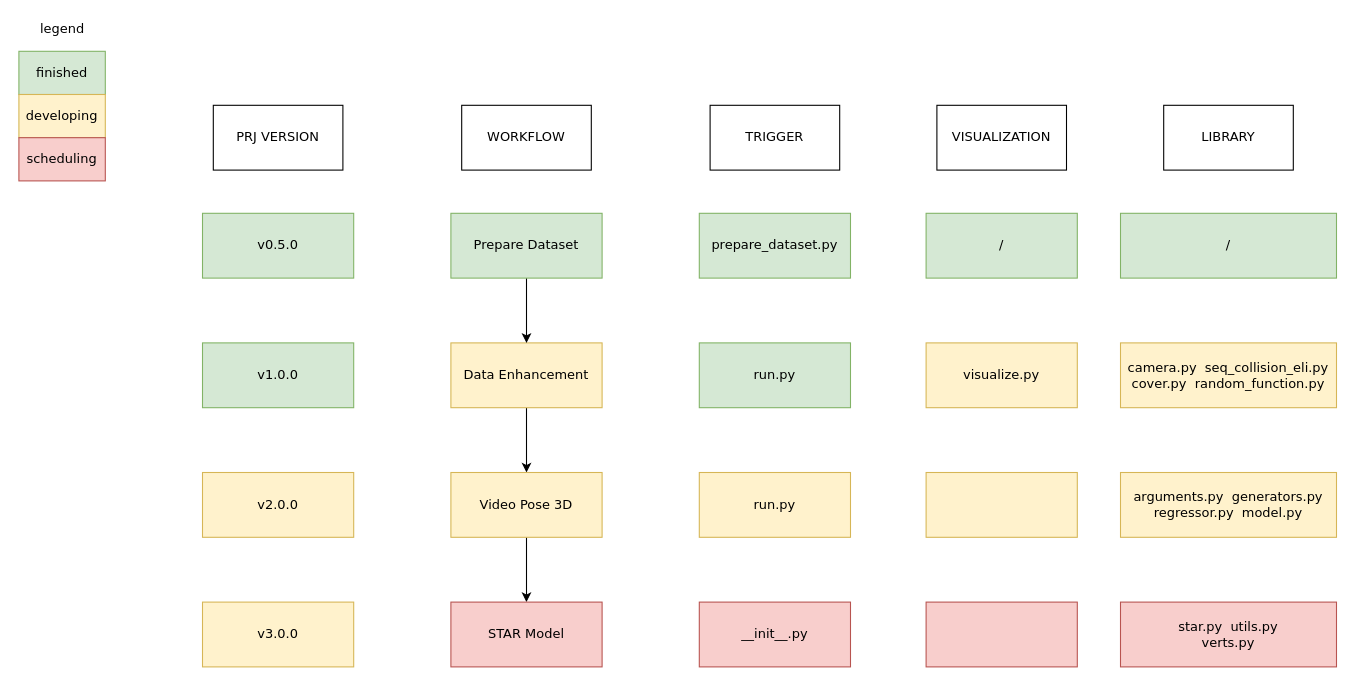
Before: Graphs/OverallLayout.drawio in rese1f/Self-supervised-Cross-view-3D-Human-Pose-Estimation-and-Localization-in-Video, a draw.io diagram. Source tidied: cells renumbered, new cells numbered last; positions are measured from the earlier drawing's top-left corner, leaving out a move shared by most shapes. Both pictures are drawn from the tidied source at 108%, with x=0, y=0 at pixel (18, 18).
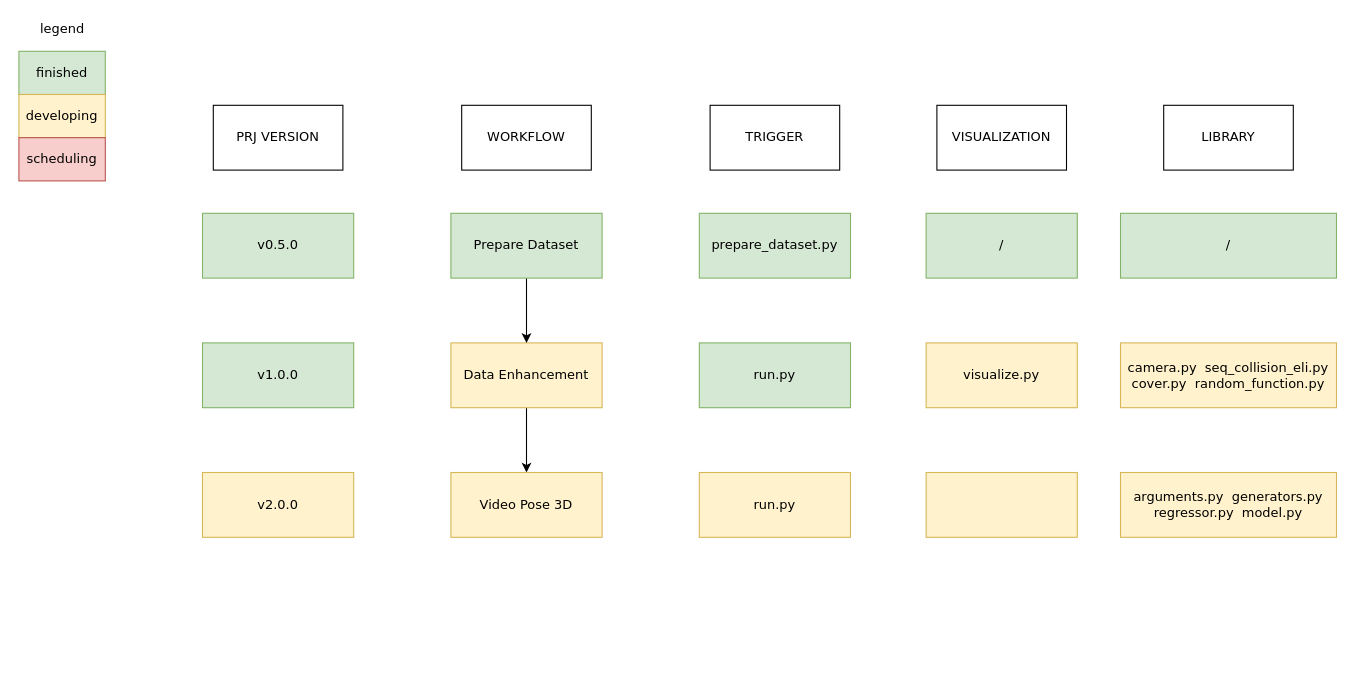
The same diagram, later.

The change refers to these unchanged cells:
```xml
<mxCell id="5" value="Video Pose 3D" style="rounded=0;whiteSpace=wrap;html=1;fontFamily=Verdana;fillColor=#fff2cc;strokeColor=#d6b656;" parent="1" vertex="1">
  <mxGeometry x="400" y="420" width="140" height="60" as="geometry" />
</mxCell>
```

The edit, as a diff of the source:
```diff
@@
-    <mxCell id="4" style="edgeStyle=orthogonalEdgeStyle;rounded=0;jettySize=auto;html=1;exitX=0.5;exitY=1;exitDx=0;exitDy=0;entryX=0.5;entryY=0;entryDx=0;entryDy=0;fontFamily=Verdana;" parent="1" edge="1" source="5" target="6">
-      <mxGeometry relative="1" as="geometry" />
-    </mxCell>
@@
-    <mxCell id="6" value="STAR Model" style="rounded=0;whiteSpace=wrap;html=1;fontFamily=Verdana;fillColor=#f8cecc;strokeColor=#b85450;" parent="1" vertex="1">
-      <mxGeometry x="400" y="540" width="140" height="60" as="geometry" />
-    </mxCell>
@@
-    <mxCell id="18" value="__init__.py" style="rounded=0;whiteSpace=wrap;html=1;fontFamily=Verdana;fillColor=#f8cecc;strokeColor=#b85450;" parent="1" vertex="1">
-      <mxGeometry x="630" y="540" width="140" height="60" as="geometry" />
-    </mxCell>
@@
-    <mxCell id="26" value="v3.0.0" style="rounded=0;whiteSpace=wrap;html=1;fontFamily=Verdana;fillColor=#fff2cc;strokeColor=#d6b656;" parent="1" vertex="1">
-      <mxGeometry x="170" y="540" width="140" height="60" as="geometry" />
-    </mxCell>
@@
-    <mxCell id="29" style="rounded=0;whiteSpace=wrap;html=1;fontFamily=Verdana;fillColor=#f8cecc;strokeColor=#b85450;" parent="1" vertex="1">
-      <mxGeometry x="840" y="540" width="140" height="60" as="geometry" />
-    </mxCell>
@@
-    <mxCell id="31" value="star.py&amp;nbsp; utils.py&lt;br&gt;verts.py" style="rounded=0;whiteSpace=wrap;html=1;fontFamily=Verdana;fillColor=#f8cecc;strokeColor=#b85450;" parent="1" vertex="1">
-      <mxGeometry x="1020" y="540" width="200" height="60" as="geometry" />
-    </mxCell>
```
